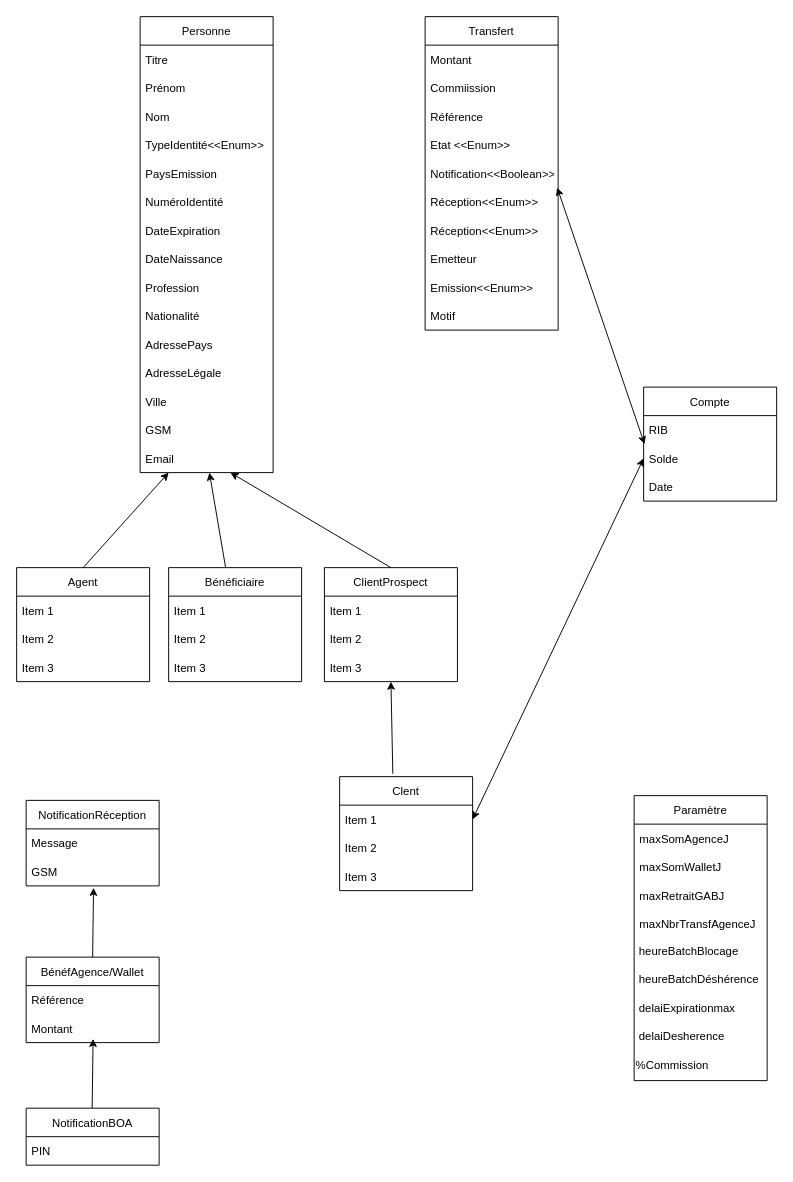
This is Diagramme de classe.drawio from TransfertNationalOrg/transfert-service, a draw.io file, before an edit. Source tidied: cells renumbered, new cells numbered last; positions are measured from the earlier drawing's top-left corner, leaving out a move shared by most shapes. Both pictures are drawn from the tidied source at 95%, with x=0, y=0 at pixel (16, 16).
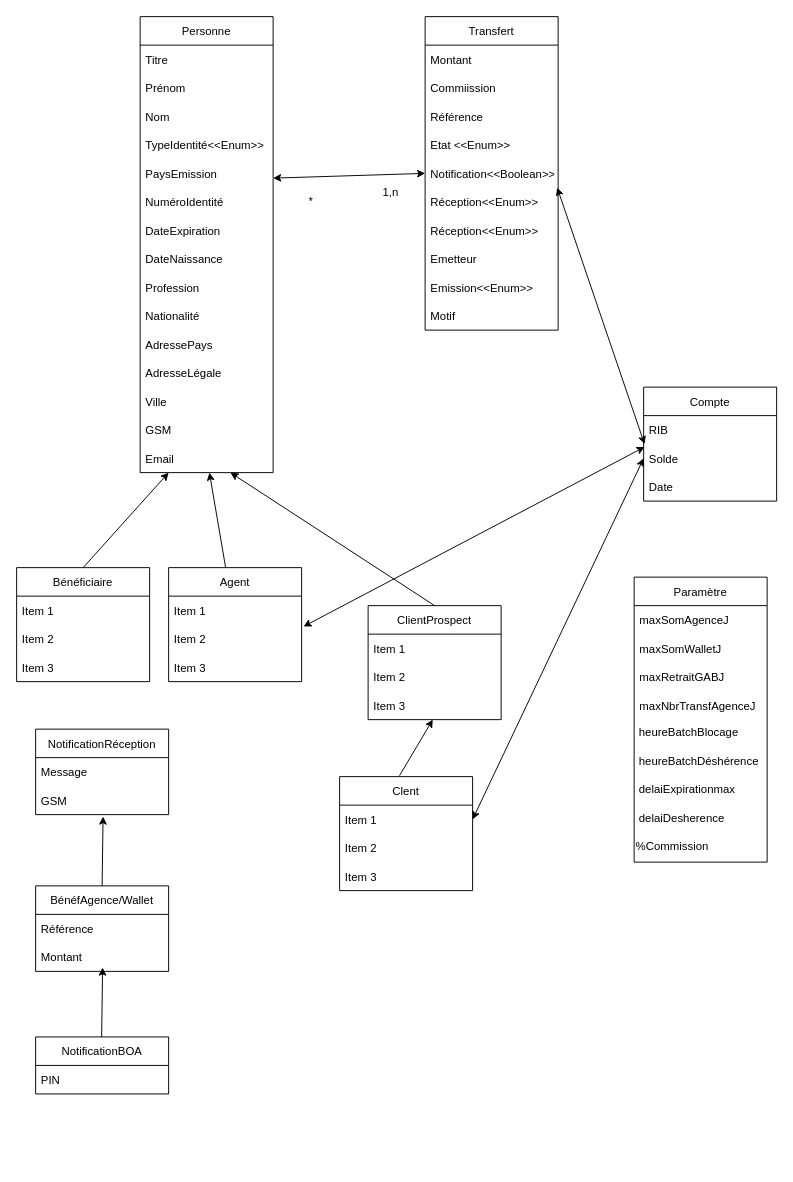
The same page after the edit.

Unchanged cells that the change refers to:
```xml
<mxCell id="7" value="Notification&lt;&lt;Boolean&gt;&gt;" style="text;strokeColor=none;fillColor=none;align=left;verticalAlign=middle;spacingLeft=4;spacingRight=4;overflow=hidden;points=[[0,0.5],[1,0.5]];portConstraint=eastwest;" parent="2" vertex="1">
  <mxGeometry y="150" width="140" height="30" as="geometry" />
</mxCell>
<mxCell id="18" value="PaysEmission" style="text;strokeColor=none;fillColor=none;align=left;verticalAlign=middle;spacingLeft=4;spacingRight=4;overflow=hidden;points=[[0,0.5],[1,0.5]];portConstraint=eastwest;" parent="13" vertex="1">
  <mxGeometry y="150" width="140" height="30" as="geometry" />
</mxCell>
<mxCell id="31" value="Solde" style="text;strokeColor=none;fillColor=none;align=left;verticalAlign=middle;spacingLeft=4;spacingRight=4;overflow=hidden;points=[[0,0.5],[1,0.5]];portConstraint=eastwest;" parent="29" vertex="1">
  <mxGeometry y="60" width="140" height="30" as="geometry" />
</mxCell>
<mxCell id="39" value="Item 2" style="text;strokeColor=none;fillColor=none;align=left;verticalAlign=middle;spacingLeft=4;spacingRight=4;overflow=hidden;points=[[0,0.5],[1,0.5]];portConstraint=eastwest;" parent="37" vertex="1">
  <mxGeometry y="60" width="140" height="30" as="geometry" />
</mxCell>
<mxCell id="44" value="Item 3" style="text;strokeColor=none;fillColor=none;align=left;verticalAlign=middle;spacingLeft=4;spacingRight=4;overflow=hidden;points=[[0,0.5],[1,0.5]];portConstraint=eastwest;" parent="41" vertex="1">
  <mxGeometry y="90" width="140" height="30" as="geometry" />
</mxCell>
<mxCell id="45" value="Clent" style="swimlane;fontStyle=0;horizontal=1;startSize=30;" parent="1" vertex="1">
  <mxGeometry x="340" y="800" width="140" height="120" as="geometry" />
</mxCell>
<mxCell id="61" value="GSM" style="text;strokeColor=none;fillColor=none;align=left;verticalAlign=middle;spacingLeft=4;spacingRight=4;overflow=hidden;points=[[0,0.5],[1,0.5]];portConstraint=eastwest;" parent="59" vertex="1">
  <mxGeometry y="60" width="140" height="30" as="geometry" />
</mxCell>
```

The edit, as a diff of the source:
```diff
@@
-    <mxCell id="33" value="Agent" style="swimlane;fontStyle=0;horizontal=1;startSize=30;" parent="1" vertex="1">
+    <mxCell id="33" value="Bénéficiaire" style="swimlane;fontStyle=0;horizontal=1;startSize=30;" parent="1" vertex="1">
       <mxGeometry y="580" width="140" height="120" as="geometry" />
     </mxCell>
@@
-    <mxCell id="37" value="Bénéficiaire" style="swimlane;fontStyle=0;horizontal=1;startSize=30;" parent="1" vertex="1">
+    <mxCell id="37" value="Agent" style="swimlane;fontStyle=0;horizontal=1;startSize=30;" parent="1" vertex="1">
       <mxGeometry x="160" y="580" width="140" height="120" as="geometry" />
     </mxCell>
@@
     <mxCell id="41" value="ClientProspect" style="swimlane;fontStyle=0;horizontal=1;startSize=30;" parent="1" vertex="1">
-      <mxGeometry x="324" y="580" width="140" height="120" as="geometry" />
+      <mxGeometry x="370" y="620" width="140" height="120" as="geometry" />
     </mxCell>
@@
     <mxCell id="49" value="Paramètre" style="swimlane;fontStyle=0;horizontal=1;startSize=30;" parent="1" vertex="1">
-      <mxGeometry x="650" y="820" width="140" height="300" as="geometry" />
+      <mxGeometry x="650" y="590" width="140" height="300" as="geometry" />
     </mxCell>
@@
     <mxCell id="59" value="NotificationRéception" style="swimlane;fontStyle=0;horizontal=1;startSize=30;" parent="1" vertex="1">
-      <mxGeometry x="10" y="825" width="140" height="90" as="geometry" />
+      <mxGeometry x="20" y="750" width="140" height="90" as="geometry" />
     </mxCell>
@@
     <mxCell id="62" value="BénéfAgence/Wallet" style="swimlane;fontStyle=0;horizontal=1;startSize=30;" parent="1" vertex="1">
-      <mxGeometry x="10" y="990" width="140" height="90" as="geometry" />
+      <mxGeometry x="20" y="915" width="140" height="90" as="geometry" />
     </mxCell>
@@
     <mxCell id="65" value="NotificationBOA" style="swimlane;fontStyle=0;horizontal=1;startSize=30;" parent="1" vertex="1">
-      <mxGeometry x="10" y="1149" width="140" height="60" as="geometry" />
+      <mxGeometry x="20" y="1074" width="140" height="60" as="geometry" />
     </mxCell>
@@
     <mxCell id="67" style="endArrow=classic;html=1;rounded=0;entryX=0.507;entryY=1.067;entryDx=0;entryDy=0;entryPerimeter=0;" parent="1" edge="1" target="61">
       <mxGeometry relative="1" as="geometry">
-        <mxPoint x="80" y="990" as="sourcePoint" />
+        <mxPoint x="90" y="915" as="sourcePoint" />
       </mxGeometry>
     </mxCell>
     <mxCell id="68" style="endArrow=classic;html=1;rounded=0;entryX=0.507;entryY=1.067;entryDx=0;entryDy=0;entryPerimeter=0;" parent="1" edge="1">
       <mxGeometry relative="1" as="geometry">
-        <mxPoint x="79.5" y="1149" as="sourcePoint" />
-        <mxPoint x="80.5" y="1076" as="targetPoint" />
+        <mxPoint x="89.5" y="1074" as="sourcePoint" />
+        <mxPoint x="90.5" y="1001" as="targetPoint" />
       </mxGeometry>
     </mxCell>
@@
-    <mxCell id="72" style="endArrow=classic;html=1;rounded=0;entryX=0.521;entryY=1;entryDx=0;entryDy=0;entryPerimeter=0;exitX=0.4;exitY=-0.025;exitDx=0;exitDy=0;exitPerimeter=0;" parent="1" edge="1" source="45">
-      <mxGeometry relative="1" as="geometry">
-        <mxPoint x="394" y="700" as="targetPoint" />
-      </mxGeometry>
+    <mxCell id="72" style="endArrow=classic;html=1;rounded=0;entryX=0.486;entryY=1;entryDx=0;entryDy=0;entryPerimeter=0;exitX=0.45;exitY=-0.008;exitDx=0;exitDy=0;exitPerimeter=0;" parent="1" edge="1" source="45" target="44">
+      <mxGeometry relative="1" as="geometry" />
     </mxCell>
@@
+    <mxCell id="75" style="endArrow=classic;startArrow=classic;html=1;rounded=0;entryX=0;entryY=0.5;entryDx=0;entryDy=0;exitX=1;exitY=0.667;exitDx=0;exitDy=0;exitPerimeter=0;" parent="1" edge="1" source="18" target="7">
+      <mxGeometry relative="1" as="geometry" />
+    </mxCell>
+    <mxCell id="76" style="endArrow=classic;startArrow=classic;html=1;rounded=0;exitX=1.014;exitY=0.067;exitDx=0;exitDy=0;exitPerimeter=0;entryX=0.007;entryY=0.1;entryDx=0;entryDy=0;entryPerimeter=0;" parent="1" edge="1" source="39" target="31">
+      <mxGeometry relative="1" as="geometry" />
+    </mxCell>
+    <mxCell id="77" value="*" style="text;html=1;strokeColor=none;fillColor=none;align=center;verticalAlign=middle;whiteSpace=wrap;rounded=0;" parent="1" vertex="1">
+      <mxGeometry x="280" y="180" width="60" height="30" as="geometry" />
+    </mxCell>
+    <mxCell id="78" value="1,n" style="text;html=1;strokeColor=none;fillColor=none;align=center;verticalAlign=middle;whiteSpace=wrap;rounded=0;" parent="1" vertex="1">
+      <mxGeometry x="364" y="170" width="60" height="30" as="geometry" />
+    </mxCell>
```
